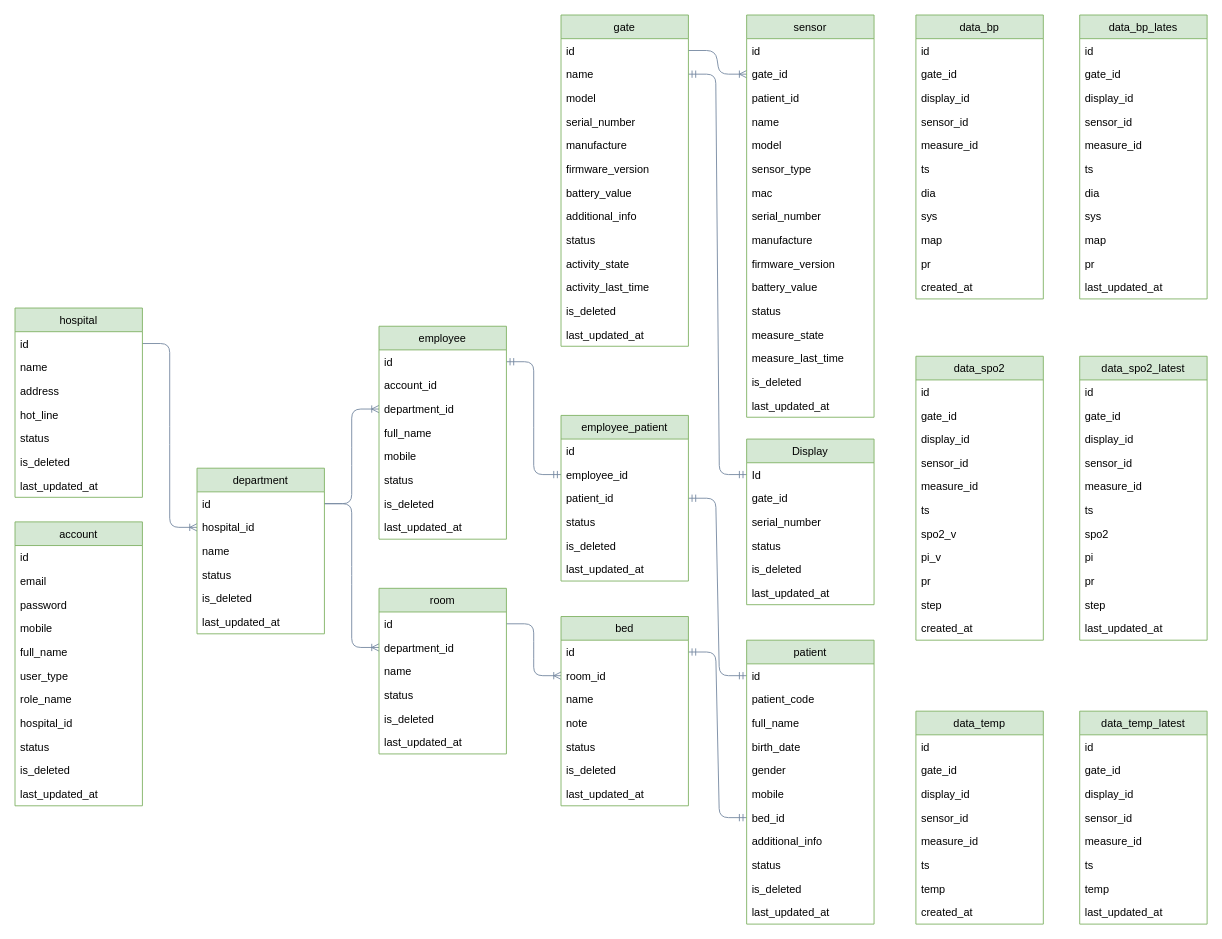
This is Database/vitalsign_diagram.drawio from sweettime8/ProjectVitalSign, a draw.io file, before an edit. Source tidied: cells renumbered, new cells numbered last; positions are measured from the earlier drawing's top-left corner, leaving out a move shared by most shapes. Both pictures are drawn from the tidied source at 91%, with x=0, y=0 at pixel (15, 15).
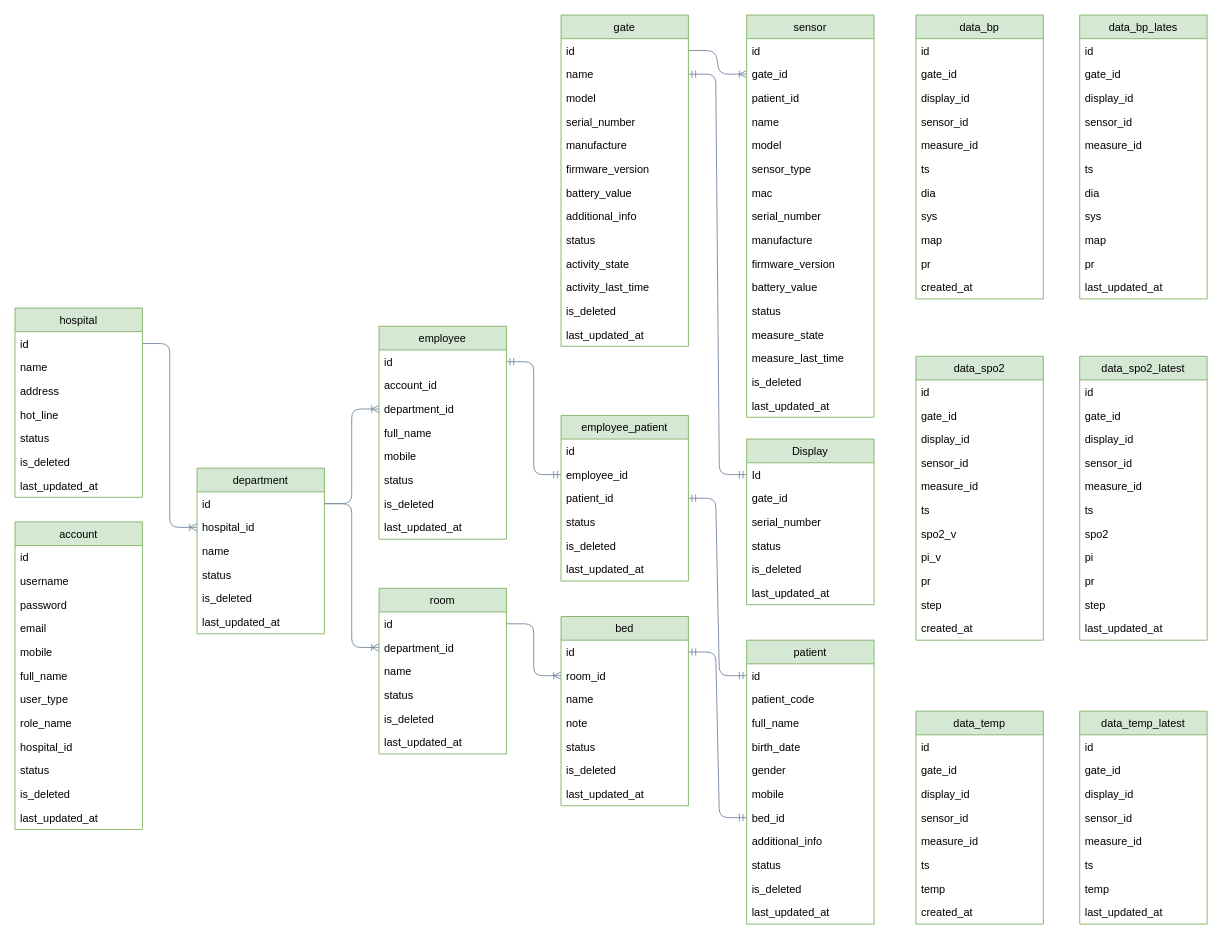
After the change.

The edit, as a diff of the source:
```diff
@@
     <mxCell id="59" value="account" style="swimlane;fontStyle=0;horizontal=1;startSize=26;fillColor=#d5e8d4;rounded=0;sketch=0;strokeColor=#82b366;" parent="1" vertex="1">
-      <mxGeometry y="557" width="140" height="312" as="geometry" />
+      <mxGeometry y="557" width="140" height="338" as="geometry" />
     </mxCell>
@@
+    <mxCell id="187" value="username" style="text;strokeColor=none;fillColor=none;align=left;verticalAlign=top;spacingLeft=4;spacingRight=4;overflow=hidden;" parent="59" vertex="1">
+      <mxGeometry y="52" width="140" height="26" as="geometry" />
+    </mxCell>
+    <mxCell id="62" value="password" style="text;strokeColor=none;fillColor=none;align=left;verticalAlign=top;spacingLeft=4;spacingRight=4;overflow=hidden;" parent="59" vertex="1">
+      <mxGeometry y="78" width="140" height="26" as="geometry" />
+    </mxCell>
     <mxCell id="61" value="email" style="text;strokeColor=none;fillColor=none;align=left;verticalAlign=top;spacingLeft=4;spacingRight=4;overflow=hidden;" parent="59" vertex="1">
-      <mxGeometry y="52" width="140" height="26" as="geometry" />
+      <mxGeometry y="104" width="140" height="26" as="geometry" />
     </mxCell>
-    <mxCell id="62" value="password" style="text;strokeColor=none;fillColor=none;align=left;verticalAlign=top;spacingLeft=4;spacingRight=4;overflow=hidden;" parent="59" vertex="1">
-      <mxGeometry y="78" width="140" height="26" as="geometry" />
-    </mxCell>
     <mxCell id="63" value="mobile" style="text;strokeColor=none;fillColor=none;align=left;verticalAlign=top;spacingLeft=4;spacingRight=4;overflow=hidden;" parent="59" vertex="1">
-      <mxGeometry y="104" width="140" height="26" as="geometry" />
+      <mxGeometry y="130" width="140" height="26" as="geometry" />
     </mxCell>
     <mxCell id="64" value="full_name" style="text;strokeColor=none;fillColor=none;align=left;verticalAlign=top;spacingLeft=4;spacingRight=4;overflow=hidden;" parent="59" vertex="1">
-      <mxGeometry y="130" width="140" height="26" as="geometry" />
+      <mxGeometry y="156" width="140" height="26" as="geometry" />
     </mxCell>
     <mxCell id="65" value="user_type" style="text;strokeColor=none;fillColor=none;align=left;verticalAlign=top;spacingLeft=4;spacingRight=4;overflow=hidden;" parent="59" vertex="1">
-      <mxGeometry y="156" width="140" height="26" as="geometry" />
+      <mxGeometry y="182" width="140" height="26" as="geometry" />
     </mxCell>
     <mxCell id="66" value="role_name" style="text;strokeColor=none;fillColor=none;align=left;verticalAlign=top;spacingLeft=4;spacingRight=4;overflow=hidden;" parent="59" vertex="1">
-      <mxGeometry y="182" width="140" height="26" as="geometry" />
+      <mxGeometry y="208" width="140" height="26" as="geometry" />
     </mxCell>
     <mxCell id="67" value="hospital_id" style="text;strokeColor=none;fillColor=none;align=left;verticalAlign=top;spacingLeft=4;spacingRight=4;overflow=hidden;" parent="59" vertex="1">
-      <mxGeometry y="208" width="140" height="26" as="geometry" />
+      <mxGeometry y="234" width="140" height="26" as="geometry" />
     </mxCell>
     <mxCell id="68" value="status" style="text;strokeColor=none;fillColor=none;align=left;verticalAlign=top;spacingLeft=4;spacingRight=4;overflow=hidden;" parent="59" vertex="1">
-      <mxGeometry y="234" width="140" height="26" as="geometry" />
+      <mxGeometry y="260" width="140" height="26" as="geometry" />
     </mxCell>
     <mxCell id="69" value="is_deleted" style="text;strokeColor=none;fillColor=none;align=left;verticalAlign=top;spacingLeft=4;spacingRight=4;overflow=hidden;" parent="59" vertex="1">
-      <mxGeometry y="260" width="140" height="26" as="geometry" />
+      <mxGeometry y="286" width="140" height="26" as="geometry" />
     </mxCell>
     <mxCell id="70" value="last_updated_at" style="text;strokeColor=none;fillColor=none;align=left;verticalAlign=top;spacingLeft=4;spacingRight=4;overflow=hidden;" parent="59" vertex="1">
-      <mxGeometry y="286" width="140" height="26" as="geometry" />
+      <mxGeometry y="312" width="140" height="26" as="geometry" />
     </mxCell>
```
